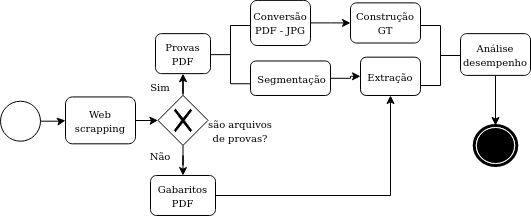
Before: Untitled Diagram.png, a diagram exported from draw.io (karinawie/process-diagram). Source tidied: cells renumbered, new cells last; positions are measured from the earlier drawing's top-left corner, leaving out a move shared by most shapes.
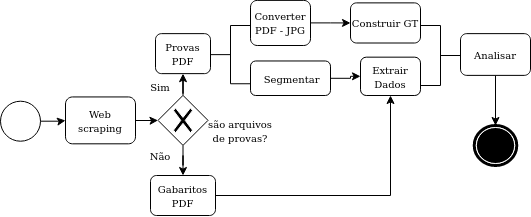
The same file after the commit.

The edit, as a diff of the source:
```diff
@@ -5,19 +5,19 @@
     <mxCell id="2" style="edgeStyle=orthogonalEdgeStyle;rounded=0;jettySize=auto;html=1;" parent="1" edge="1" source="3" target="19">
       <mxGeometry relative="1" as="geometry" />
     </mxCell>
-    <mxCell id="3" value="&lt;font style=&quot;font-size: 10px&quot;&gt;Web scrapping&lt;/font&gt;" style="shape=ext;rounded=1;html=1;whiteSpace=wrap;" parent="1" vertex="1">
+    <mxCell id="3" value="&lt;font style=&quot;font-size: 10px&quot;&gt;Web scraping&lt;/font&gt;" style="shape=ext;rounded=1;html=1;whiteSpace=wrap;" parent="1" vertex="1">
       <mxGeometry x="65" y="96.4" width="70" height="46.9" as="geometry" />
     </mxCell>
-    <mxCell id="4" value="&lt;font style=&quot;font-size: 10px&quot;&gt;Extração&lt;/font&gt;" style="html=1;whiteSpace=wrap;rounded=1;" parent="1" vertex="1">
+    <mxCell id="4" value="&lt;font style=&quot;font-size: 10px&quot;&gt;Extrair Dados&lt;br&gt;&lt;/font&gt;" style="html=1;whiteSpace=wrap;rounded=1;" parent="1" vertex="1">
       <mxGeometry x="360" y="56.7" width="60" height="38.3" as="geometry" />
     </mxCell>
-    <mxCell id="5" value="&lt;font style=&quot;font-size: 10px&quot;&gt;Construção GT &lt;/font&gt;" style="html=1;whiteSpace=wrap;rounded=1;" parent="1" vertex="1">
+    <mxCell id="5" value="&lt;font style=&quot;font-size: 10px&quot;&gt;Construir GT &lt;/font&gt;" style="html=1;whiteSpace=wrap;rounded=1;" parent="1" vertex="1">
       <mxGeometry x="350" y="2.4" width="70" height="40.1" as="geometry" />
     </mxCell>
     <mxCell id="6" style="edgeStyle=orthogonalEdgeStyle;rounded=0;jettySize=auto;html=1;entryX=0;entryY=0.5;entryDx=0;entryDy=0;" parent="1" edge="1" source="7" target="4">
       <mxGeometry relative="1" as="geometry" />
     </mxCell>
-    <mxCell id="7" value="&lt;div&gt;&lt;font style=&quot;font-size: 10px&quot;&gt;&amp;nbsp;Segmentação&lt;br&gt;&lt;/font&gt;&lt;/div&gt;" style="shape=ext;rounded=1;html=1;whiteSpace=wrap;" parent="1" vertex="1">
+    <mxCell id="7" value="&lt;div&gt;&lt;font style=&quot;font-size: 10px&quot;&gt;&amp;nbsp;Segmentar&lt;/font&gt;&lt;/div&gt;" style="shape=ext;rounded=1;html=1;whiteSpace=wrap;" parent="1" vertex="1">
       <mxGeometry x="250" y="60.5" width="80" height="34.5" as="geometry" />
     </mxCell>
     <mxCell id="8" style="html=1;shape=mxgraph.flowchart.annotation_2;align=left;labelPosition=right;" parent="1" vertex="1">
@@ -30,13 +30,13 @@
         </Array>
       </mxGeometry>
     </mxCell>
-    <mxCell id="10" value="&lt;font style=&quot;font-size: 10px&quot;&gt;Análise desempenho&lt;font style=&quot;font-size: 10px&quot;&gt;&lt;br&gt;&lt;/font&gt;&lt;/font&gt;" style="html=1;whiteSpace=wrap;rounded=1;" parent="1" vertex="1">
+    <mxCell id="10" value="&lt;font style=&quot;font-size: 10px&quot;&gt;Analisar&lt;font style=&quot;font-size: 10px&quot;&gt;&lt;br&gt;&lt;/font&gt;&lt;/font&gt;" style="html=1;whiteSpace=wrap;rounded=1;" parent="1" vertex="1">
       <mxGeometry x="460" y="33.1" width="70" height="41.8" as="geometry" />
     </mxCell>
     <mxCell id="11" style="edgeStyle=orthogonalEdgeStyle;rounded=0;jettySize=auto;html=1;entryX=0;entryY=0.5;entryDx=0;entryDy=0;" parent="1" edge="1" source="12" target="5">
       <mxGeometry relative="1" as="geometry" />
     </mxCell>
-    <mxCell id="12" value="&lt;font style=&quot;font-size: 10px&quot;&gt;Conversão PDF - JPG&lt;/font&gt;" style="html=1;whiteSpace=wrap;rounded=1;" parent="1" vertex="1">
+    <mxCell id="12" value="&lt;font style=&quot;font-size: 10px&quot;&gt;Converter PDF - JPG&lt;/font&gt;" style="html=1;whiteSpace=wrap;rounded=1;" parent="1" vertex="1">
       <mxGeometry x="250" y="-0.1" width="60" height="45.1" as="geometry" />
     </mxCell>
     <mxCell id="13" style="shape=mxgraph.bpmn.shape;html=1;verticalLabelPosition=bottom;labelBackgroundColor=#ffffff;verticalAlign=top;align=center;perimeter=ellipsePerimeter;outlineConnect=0;outline=end;symbol=terminate;" parent="1" vertex="1">
```
